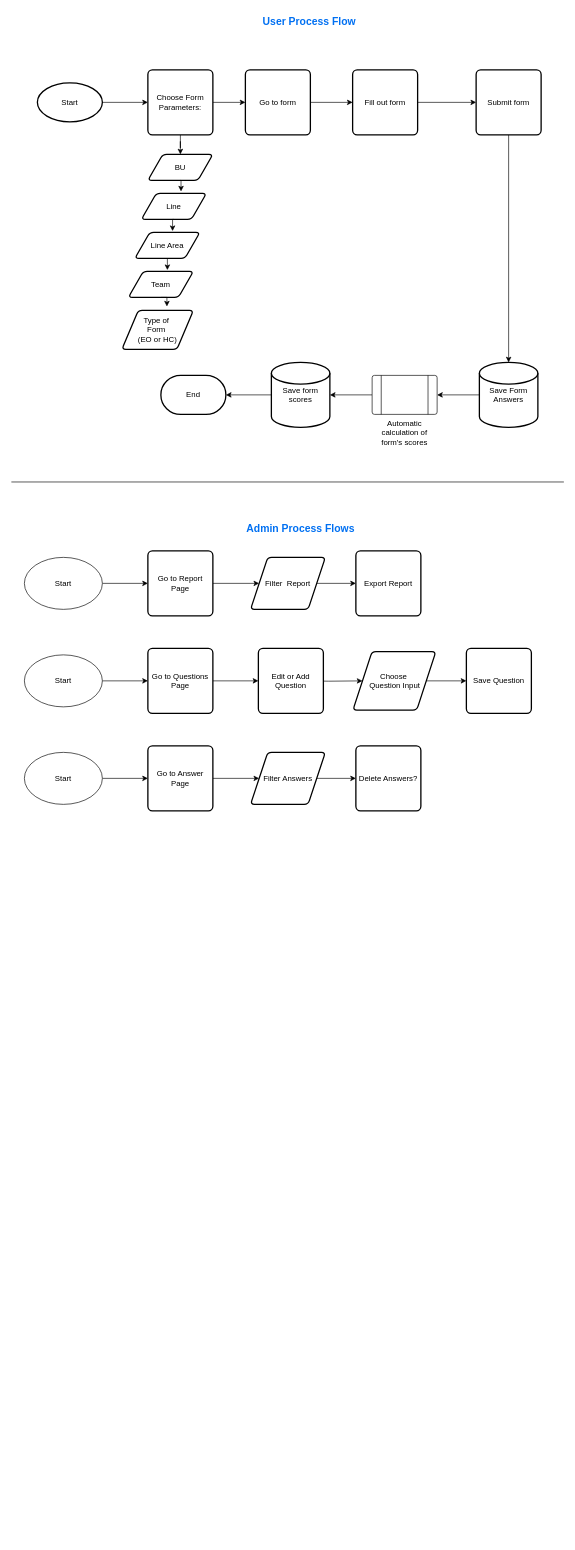
The draw.io diagram EO and HC User Flow Diagram.drawio in josephkligel/diagrams, before the edit. Source tidied: cells renumbered, new cells numbered last; positions are measured from the earlier drawing's top-left corner, leaving out a move shared by most shapes. Both pictures are drawn from the tidied source at 65%, with x=0, y=0 at pixel (11, 11).
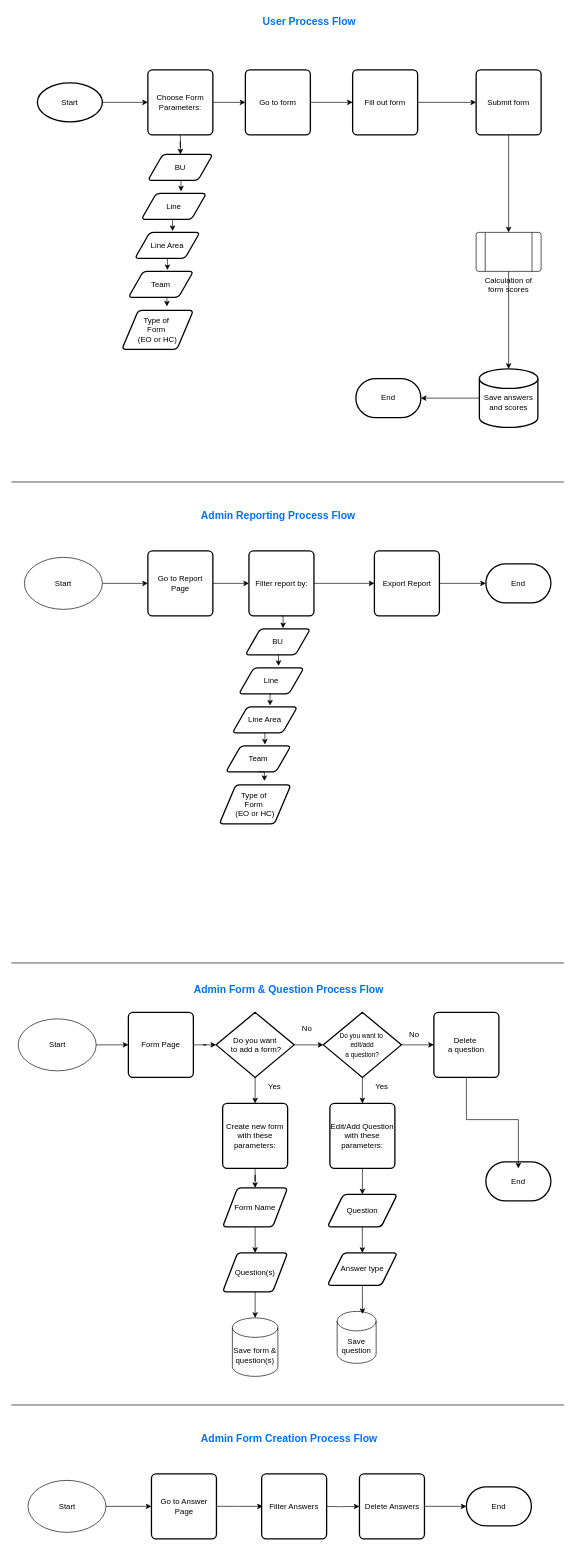
The same page after the edit.

The change refers to these unchanged cells:
```xml
<mxCell id="12" value="Submit form" style="rounded=1;whiteSpace=wrap;html=1;absoluteArcSize=1;arcSize=14;strokeWidth=2;" parent="1" vertex="1">
  <mxGeometry x="715" y="90" width="100" height="100" as="geometry" />
</mxCell>
<mxCell id="35" value="Go to Report Page" style="rounded=1;whiteSpace=wrap;html=1;absoluteArcSize=1;arcSize=14;strokeWidth=2;" parent="1" vertex="1">
  <mxGeometry x="210" y="830" width="100" height="100" as="geometry" />
</mxCell>
```

The edit, as a diff of the source:
```diff
@@
-    <mxCell id="11" style="edgeStyle=orthogonalEdgeStyle;rounded=0;jettySize=auto;html=1;" parent="1" edge="1" source="12" target="14">
-      <mxGeometry relative="1" as="geometry" />
-    </mxCell>
+    <mxCell id="55" style="edgeStyle=orthogonalEdgeStyle;rounded=0;jettySize=auto;html=1;" parent="1" edge="1" source="12" target="17">
+      <mxGeometry relative="1" as="geometry" />
+    </mxCell>
@@
-    <mxCell id="13" style="edgeStyle=orthogonalEdgeStyle;rounded=0;jettySize=auto;html=1;" parent="1" edge="1" source="14" target="17">
-      <mxGeometry relative="1" as="geometry" />
-    </mxCell>
-    <mxCell id="14" value="Save Form Answers" style="strokeWidth=2;html=1;shape=mxgraph.flowchart.database;whiteSpace=wrap;" parent="1" vertex="1">
-      <mxGeometry x="720" y="540" width="90" height="100" as="geometry" />
+    <mxCell id="14" value="&lt;br&gt;&lt;div&gt;Save answers and scores&lt;/div&gt;" style="strokeWidth=2;html=1;shape=mxgraph.flowchart.database;whiteSpace=wrap;" parent="1" vertex="1">
+      <mxGeometry x="720" y="550" width="90" height="90" as="geometry" />
     </mxCell>
     <mxCell id="15" value="End" style="strokeWidth=2;html=1;shape=mxgraph.flowchart.terminator;whiteSpace=wrap;" parent="1" vertex="1">
-      <mxGeometry x="230" y="560" width="100" height="60" as="geometry" />
+      <mxGeometry x="530" y="565" width="100" height="60" as="geometry" />
     </mxCell>
-    <mxCell id="16" style="edgeStyle=orthogonalEdgeStyle;rounded=0;jettySize=auto;html=1;" parent="1" edge="1" source="17" target="28">
-      <mxGeometry relative="1" as="geometry" />
-    </mxCell>
-    <mxCell id="17" value="Automatic calculation of form's scores" style="verticalLabelPosition=bottom;verticalAlign=top;html=1;shape=process;whiteSpace=wrap;rounded=1;size=0.14;arcSize=6;" parent="1" vertex="1">
-      <mxGeometry x="555" y="560" width="100" height="60" as="geometry" />
+    <mxCell id="17" value="Calculation of form scores" style="verticalLabelPosition=bottom;verticalAlign=top;html=1;shape=process;whiteSpace=wrap;rounded=1;size=0.14;arcSize=6;" parent="1" vertex="1">
+      <mxGeometry x="715" y="340" width="100" height="60" as="geometry" />
     </mxCell>
@@
-    <mxCell id="27" style="edgeStyle=orthogonalEdgeStyle;rounded=0;jettySize=auto;html=1;" parent="1" edge="1" source="28" target="15">
-      <mxGeometry relative="1" as="geometry" />
-    </mxCell>
-    <mxCell id="28" value="Save form scores" style="strokeWidth=2;html=1;shape=mxgraph.flowchart.database;whiteSpace=wrap;" parent="1" vertex="1">
-      <mxGeometry x="400" y="540" width="90" height="100" as="geometry" />
-    </mxCell>
@@
-    <mxCell id="31" value="Admin Process Flows" style="text;html=1;align=left;verticalAlign=middle;strokeColor=none;fillColor=none;fontSize=16;fontColor=#0070F2;fontFamily=Helvetica;fontStyle=1;" parent="1" vertex="1">
-      <mxGeometry x="360" y="780" width="180" height="30" as="geometry" />
+    <mxCell id="31" value="Admin Reporting Process Flow" style="text;html=1;align=left;verticalAlign=middle;strokeColor=none;fillColor=none;fontSize=16;fontColor=#0070F2;fontFamily=Helvetica;fontStyle=1;" parent="1" vertex="1">
+      <mxGeometry x="290" y="760" width="240" height="30" as="geometry" />
     </mxCell>
@@
-    <mxCell id="34" style="edgeStyle=orthogonalEdgeStyle;rounded=0;jettySize=auto;html=1;" parent="1" edge="1" source="35" target="37">
-      <mxGeometry relative="1" as="geometry" />
-    </mxCell>
+    <mxCell id="56" style="edgeStyle=orthogonalEdgeStyle;rounded=0;jettySize=auto;html=1;entryX=0;entryY=0.5;entryDx=0;entryDy=0;" parent="1" edge="1" source="35" target="65">
+      <mxGeometry relative="1" as="geometry" />
+    </mxCell>
@@
-    <mxCell id="36" style="edgeStyle=orthogonalEdgeStyle;rounded=0;jettySize=auto;html=1;" parent="1" edge="1" source="37" target="38">
-      <mxGeometry relative="1" as="geometry" />
-    </mxCell>
-    <mxCell id="37" value="Filter&amp;nbsp; Report" style="shape=parallelogram;html=1;strokeWidth=2;perimeter=parallelogramPerimeter;whiteSpace=wrap;rounded=1;arcSize=12;size=0.23;" parent="1" vertex="1">
-      <mxGeometry x="368" y="840" width="115" height="80" as="geometry" />
-    </mxCell>
+    <mxCell id="57" style="edgeStyle=orthogonalEdgeStyle;rounded=0;jettySize=auto;html=1;" parent="1" edge="1" source="38" target="103">
+      <mxGeometry relative="1" as="geometry" />
+    </mxCell>
     <mxCell id="38" value="Export Report" style="rounded=1;whiteSpace=wrap;html=1;absoluteArcSize=1;arcSize=14;strokeWidth=2;" parent="1" vertex="1">
-      <mxGeometry x="530" y="830" width="100" height="100" as="geometry" />
+      <mxGeometry x="558.5" y="830" width="100" height="100" as="geometry" />
     </mxCell>
-    <mxCell id="39" style="edgeStyle=orthogonalEdgeStyle;rounded=0;jettySize=auto;html=1;" parent="1" edge="1" source="40" target="54">
-      <mxGeometry relative="1" as="geometry" />
-    </mxCell>
+    <mxCell id="58" style="edgeStyle=orthogonalEdgeStyle;rounded=0;jettySize=auto;html=1;" parent="1" edge="1" source="40" target="94">
+      <mxGeometry relative="1" as="geometry" />
+    </mxCell>
     <mxCell id="40" value="Start" style="ellipse;whiteSpace=wrap;html=1;" parent="1" vertex="1">
-      <mxGeometry x="20" y="990" width="120" height="80" as="geometry" />
+      <mxGeometry x="10.5" y="1550" width="120" height="80" as="geometry" />
     </mxCell>
-    <mxCell id="41" style="edgeStyle=orthogonalEdgeStyle;rounded=0;jettySize=auto;html=1;" parent="1" edge="1" target="44">
-      <mxGeometry relative="1" as="geometry">
-        <mxPoint x="450" y="1030" as="sourcePoint" />
-      </mxGeometry>
-    </mxCell>
+    <mxCell id="59" style="edgeStyle=orthogonalEdgeStyle;rounded=0;jettySize=auto;html=1;" parent="1" edge="1" source="42" target="44">
+      <mxGeometry relative="1" as="geometry" />
+    </mxCell>
-    <mxCell id="42" value="Edit or Add Question" style="rounded=1;whiteSpace=wrap;html=1;absoluteArcSize=1;arcSize=14;strokeWidth=2;" parent="1" vertex="1">
-      <mxGeometry x="380" y="980" width="100" height="100" as="geometry" />
+    <mxCell id="42" value="Edit/Add Question with these parameters:" style="rounded=1;whiteSpace=wrap;html=1;absoluteArcSize=1;arcSize=14;strokeWidth=2;" parent="1" vertex="1">
+      <mxGeometry x="490" y="1680" width="100" height="100" as="geometry" />
     </mxCell>
-    <mxCell id="43" style="edgeStyle=orthogonalEdgeStyle;rounded=0;jettySize=auto;html=1;" parent="1" edge="1" source="44" target="45">
-      <mxGeometry relative="1" as="geometry" />
-    </mxCell>
+    <mxCell id="60" style="edgeStyle=orthogonalEdgeStyle;rounded=0;jettySize=auto;html=1;" parent="1" edge="1" source="44" target="86">
+      <mxGeometry relative="1" as="geometry" />
+    </mxCell>
-    <mxCell id="44" value="Choose&amp;nbsp;&lt;div&gt;Question Input&lt;/div&gt;" style="shape=parallelogram;html=1;strokeWidth=2;perimeter=parallelogramPerimeter;whiteSpace=wrap;rounded=1;arcSize=12;size=0.23;" parent="1" vertex="1">
-      <mxGeometry x="525.5" y="985" width="127.5" height="90" as="geometry" />
+    <mxCell id="44" value="Question" style="shape=parallelogram;html=1;strokeWidth=2;perimeter=parallelogramPerimeter;whiteSpace=wrap;rounded=1;arcSize=12;size=0.23;" parent="1" vertex="1">
+      <mxGeometry x="486.2" y="1820" width="107.5" height="50" as="geometry" />
     </mxCell>
-    <mxCell id="45" value="Save Question" style="rounded=1;whiteSpace=wrap;html=1;absoluteArcSize=1;arcSize=14;strokeWidth=2;" parent="1" vertex="1">
-      <mxGeometry x="700" y="980" width="100" height="100" as="geometry" />
-    </mxCell>
@@
     <mxCell id="47" value="Start" style="ellipse;whiteSpace=wrap;html=1;" parent="1" vertex="1">
-      <mxGeometry x="20" y="1140" width="120" height="80" as="geometry" />
+      <mxGeometry x="25.5" y="2260" width="120" height="80" as="geometry" />
     </mxCell>
-    <mxCell id="48" style="edgeStyle=orthogonalEdgeStyle;rounded=0;jettySize=auto;html=1;" parent="1" edge="1" source="49" target="51">
-      <mxGeometry relative="1" as="geometry" />
+    <mxCell id="48" style="edgeStyle=orthogonalEdgeStyle;rounded=0;jettySize=auto;html=1;" parent="1" edge="1" source="49">
+      <mxGeometry relative="1" as="geometry">
+        <mxPoint x="386.7" y="2300" as="targetPoint" />
+      </mxGeometry>
     </mxCell>
     <mxCell id="49" value="Go to Answer Page" style="rounded=1;whiteSpace=wrap;html=1;absoluteArcSize=1;arcSize=14;strokeWidth=2;" parent="1" vertex="1">
-      <mxGeometry x="210" y="1130" width="100" height="100" as="geometry" />
+      <mxGeometry x="215.5" y="2250" width="100" height="100" as="geometry" />
     </mxCell>
-    <mxCell id="50" style="edgeStyle=orthogonalEdgeStyle;rounded=0;jettySize=auto;html=1;" parent="1" edge="1" source="51" target="52">
-      <mxGeometry relative="1" as="geometry" />
+    <mxCell id="50" style="edgeStyle=orthogonalEdgeStyle;rounded=0;jettySize=auto;html=1;" parent="1" edge="1" target="52">
+      <mxGeometry relative="1" as="geometry">
+        <mxPoint x="475.3" y="2300" as="sourcePoint" />
+      </mxGeometry>
     </mxCell>
+    <mxCell id="61" style="edgeStyle=orthogonalEdgeStyle;rounded=0;jettySize=auto;html=1;" parent="1" edge="1" source="52" target="106">
+      <mxGeometry relative="1" as="geometry" />
+    </mxCell>
+    <mxCell id="52" value="Delete Answers" style="rounded=1;whiteSpace=wrap;html=1;absoluteArcSize=1;arcSize=14;strokeWidth=2;" parent="1" vertex="1">
+      <mxGeometry x="535.5" y="2250" width="100" height="100" as="geometry" />
+    </mxCell>
+    <mxCell id="62" style="edgeStyle=orthogonalEdgeStyle;rounded=0;jettySize=auto;html=1;entryX=0.5;entryY=0;entryDx=0;entryDy=0;entryPerimeter=0;" parent="1" edge="1" source="17" target="14">
+      <mxGeometry relative="1" as="geometry" />
+    </mxCell>
+    <mxCell id="63" style="edgeStyle=orthogonalEdgeStyle;rounded=0;jettySize=auto;html=1;entryX=1;entryY=0.5;entryDx=0;entryDy=0;entryPerimeter=0;" parent="1" edge="1" source="14" target="15">
+      <mxGeometry relative="1" as="geometry" />
+    </mxCell>
+    <mxCell id="64" style="edgeStyle=orthogonalEdgeStyle;rounded=0;jettySize=auto;html=1;" parent="1" edge="1" source="65" target="38">
+      <mxGeometry relative="1" as="geometry" />
+    </mxCell>
+    <mxCell id="65" value="Filter report by:" style="rounded=1;whiteSpace=wrap;html=1;absoluteArcSize=1;arcSize=14;strokeWidth=2;" parent="1" vertex="1">
+      <mxGeometry x="365.5" y="830" width="100" height="100" as="geometry" />
+    </mxCell>
+    <mxCell id="66" value="BU" style="shape=parallelogram;html=1;strokeWidth=2;perimeter=parallelogramPerimeter;whiteSpace=wrap;rounded=1;arcSize=12;size=0.23;" parent="1" vertex="1">
+      <mxGeometry x="360" y="950" width="100" height="40" as="geometry" />
+    </mxCell>
+    <mxCell id="67" value="Line" style="shape=parallelogram;html=1;strokeWidth=2;perimeter=parallelogramPerimeter;whiteSpace=wrap;rounded=1;arcSize=12;size=0.23;" parent="1" vertex="1">
+      <mxGeometry x="350" y="1010" width="100" height="40" as="geometry" />
+    </mxCell>
+    <mxCell id="68" value="Line Area" style="shape=parallelogram;html=1;strokeWidth=2;perimeter=parallelogramPerimeter;whiteSpace=wrap;rounded=1;arcSize=12;size=0.23;" parent="1" vertex="1">
+      <mxGeometry x="340" y="1070" width="100" height="40" as="geometry" />
+    </mxCell>
+    <mxCell id="69" value="Team" style="shape=parallelogram;html=1;strokeWidth=2;perimeter=parallelogramPerimeter;whiteSpace=wrap;rounded=1;arcSize=12;size=0.23;" parent="1" vertex="1">
+      <mxGeometry x="330" y="1130" width="100" height="40" as="geometry" />
+    </mxCell>
+    <mxCell id="70" style="edgeStyle=orthogonalEdgeStyle;rounded=0;jettySize=auto;html=1;exitX=0.5;exitY=1;exitDx=0;exitDy=0;entryX=0.61;entryY=-0.075;entryDx=0;entryDy=0;entryPerimeter=0;" parent="1" edge="1" source="66" target="67">
+      <mxGeometry relative="1" as="geometry" />
+    </mxCell>
+    <mxCell id="71" style="edgeStyle=orthogonalEdgeStyle;rounded=0;jettySize=auto;html=1;exitX=0.5;exitY=1;exitDx=0;exitDy=0;entryX=0.58;entryY=-0.05;entryDx=0;entryDy=0;entryPerimeter=0;" parent="1" edge="1" source="67" target="68">
+      <mxGeometry relative="1" as="geometry" />
+    </mxCell>
+    <mxCell id="72" style="edgeStyle=orthogonalEdgeStyle;rounded=0;jettySize=auto;html=1;exitX=0.5;exitY=1;exitDx=0;exitDy=0;entryX=0.6;entryY=-0.05;entryDx=0;entryDy=0;entryPerimeter=0;" parent="1" edge="1" source="68" target="69">
+      <mxGeometry relative="1" as="geometry" />
+    </mxCell>
+    <mxCell id="73" value="Type of&amp;nbsp;&lt;div&gt;Form&amp;nbsp;&lt;/div&gt;&lt;div&gt;(EO or HC)&lt;/div&gt;" style="shape=parallelogram;html=1;strokeWidth=2;perimeter=parallelogramPerimeter;whiteSpace=wrap;rounded=1;arcSize=12;size=0.23;" parent="1" vertex="1">
+      <mxGeometry x="320" y="1190" width="110" height="60" as="geometry" />
+    </mxCell>
+    <mxCell id="74" style="edgeStyle=orthogonalEdgeStyle;rounded=0;jettySize=auto;html=1;exitX=0.5;exitY=1;exitDx=0;exitDy=0;entryX=0.63;entryY=-0.1;entryDx=0;entryDy=0;entryPerimeter=0;" parent="1" edge="1" source="69" target="73">
+      <mxGeometry relative="1" as="geometry" />
+    </mxCell>
+    <mxCell id="75" style="edgeStyle=orthogonalEdgeStyle;rounded=0;jettySize=auto;html=1;exitX=0.5;exitY=1;exitDx=0;exitDy=0;entryX=0.58;entryY=-0.025;entryDx=0;entryDy=0;entryPerimeter=0;" parent="1" edge="1" source="65" target="66">
+      <mxGeometry relative="1" as="geometry" />
+    </mxCell>
+    <mxCell id="76" style="line;strokeWidth=1;fillColor=none;align=left;verticalAlign=middle;spacingTop=-1;spacingLeft=3;spacingRight=3;labelPosition=right;strokeColor=inherit;" parent="1" vertex="1">
+      <mxGeometry y="1460" width="850" height="8" as="geometry" />
+    </mxCell>
+    <mxCell id="77" value="Admin Form &amp;amp; Question Process Flow" style="text;html=1;align=left;verticalAlign=middle;strokeColor=none;fillColor=none;fontSize=16;fontColor=#0070F2;fontFamily=Helvetica;fontStyle=1;" parent="1" vertex="1">
+      <mxGeometry x="278.5" y="1490" width="290" height="30" as="geometry" />
+    </mxCell>
+    <mxCell id="78" style="edgeStyle=orthogonalEdgeStyle;rounded=0;jettySize=auto;html=1;" parent="1" edge="1" source="80" target="82">
+      <mxGeometry relative="1" as="geometry" />
+    </mxCell>
+    <mxCell id="79" style="edgeStyle=orthogonalEdgeStyle;rounded=0;jettySize=auto;html=1;" parent="1" edge="1" source="80" target="97">
+      <mxGeometry relative="1" as="geometry" />
+    </mxCell>
+    <mxCell id="80" value="Do you want&lt;div&gt;&amp;nbsp;to add a form?&lt;/div&gt;" style="strokeWidth=2;html=1;shape=mxgraph.flowchart.decision;whiteSpace=wrap;" parent="1" vertex="1">
+      <mxGeometry x="315" y="1540" width="120" height="100" as="geometry" />
+    </mxCell>
+    <mxCell id="81" style="edgeStyle=orthogonalEdgeStyle;rounded=0;jettySize=auto;html=1;entryX=0.5;entryY=0;entryDx=0;entryDy=0;" parent="1" edge="1" source="82" target="84">
+      <mxGeometry relative="1" as="geometry" />
+    </mxCell>
+    <mxCell id="82" value="Create new form with these parameters:" style="rounded=1;whiteSpace=wrap;html=1;absoluteArcSize=1;arcSize=14;strokeWidth=2;" parent="1" vertex="1">
+      <mxGeometry x="325" y="1680" width="100" height="100" as="geometry" />
+    </mxCell>
+    <mxCell id="83" style="edgeStyle=orthogonalEdgeStyle;rounded=0;jettySize=auto;html=1;" parent="1" edge="1" source="84" target="85">
+      <mxGeometry relative="1" as="geometry" />
+    </mxCell>
+    <mxCell id="84" value="Form Name" style="shape=parallelogram;html=1;strokeWidth=2;perimeter=parallelogramPerimeter;whiteSpace=wrap;rounded=1;arcSize=12;size=0.23;" parent="1" vertex="1">
+      <mxGeometry x="325" y="1810" width="100" height="60" as="geometry" />
+    </mxCell>
+    <mxCell id="85" value="Question(s)" style="shape=parallelogram;html=1;strokeWidth=2;perimeter=parallelogramPerimeter;whiteSpace=wrap;rounded=1;arcSize=12;size=0.23;" parent="1" vertex="1">
+      <mxGeometry x="325" y="1910" width="100" height="60" as="geometry" />
+    </mxCell>
+    <mxCell id="86" value="Answer type" style="shape=parallelogram;html=1;strokeWidth=2;perimeter=parallelogramPerimeter;whiteSpace=wrap;rounded=1;arcSize=12;size=0.23;" parent="1" vertex="1">
+      <mxGeometry x="486.2" y="1910" width="107.5" height="50" as="geometry" />
+    </mxCell>
+    <mxCell id="87" value="Save question" style="shape=cylinder3;whiteSpace=wrap;html=1;boundedLbl=1;backgroundOutline=1;size=15;" parent="1" vertex="1">
+      <mxGeometry x="501.2" y="2000" width="60" height="80" as="geometry" />
+    </mxCell>
+    <mxCell id="88" value="Save form &amp;amp; question(s)" style="shape=cylinder3;whiteSpace=wrap;html=1;boundedLbl=1;backgroundOutline=1;size=15;" parent="1" vertex="1">
+      <mxGeometry x="340" y="2010" width="70" height="90" as="geometry" />
+    </mxCell>
+    <mxCell id="89" style="edgeStyle=orthogonalEdgeStyle;rounded=0;jettySize=auto;html=1;entryX=0.5;entryY=0;entryDx=0;entryDy=0;entryPerimeter=0;" parent="1" edge="1" source="85" target="88">
+      <mxGeometry relative="1" as="geometry" />
+    </mxCell>
+    <mxCell id="90" style="edgeStyle=orthogonalEdgeStyle;rounded=0;jettySize=auto;html=1;entryX=0.65;entryY=0.05;entryDx=0;entryDy=0;entryPerimeter=0;" parent="1" edge="1" source="86" target="87">
+      <mxGeometry relative="1" as="geometry" />
+    </mxCell>
+    <mxCell id="91" style="line;strokeWidth=1;fillColor=none;align=left;verticalAlign=middle;spacingTop=-1;spacingLeft=3;spacingRight=3;labelPosition=right;strokeColor=inherit;" parent="1" vertex="1">
+      <mxGeometry y="2140" width="850" height="8" as="geometry" />
+    </mxCell>
+    <mxCell id="92" value="Admin Form Creation Process Flow" style="text;html=1;align=left;verticalAlign=middle;strokeColor=none;fillColor=none;fontSize=16;fontColor=#0070F2;fontFamily=Helvetica;fontStyle=1;" parent="1" vertex="1">
+      <mxGeometry x="290" y="2180" width="280" height="30" as="geometry" />
+    </mxCell>
+    <mxCell id="93" style="edgeStyle=orthogonalEdgeStyle;rounded=0;jettySize=auto;html=1;" parent="1" edge="1" source="94" target="80">
+      <mxGeometry relative="1" as="geometry" />
+    </mxCell>
+    <mxCell id="94" value="Form Page" style="rounded=1;whiteSpace=wrap;html=1;absoluteArcSize=1;arcSize=14;strokeWidth=2;" parent="1" vertex="1">
+      <mxGeometry x="180" y="1540" width="100" height="100" as="geometry" />
+    </mxCell>
+    <mxCell id="95" style="edgeStyle=orthogonalEdgeStyle;rounded=0;jettySize=auto;html=1;" parent="1" edge="1" source="97" target="42">
+      <mxGeometry relative="1" as="geometry" />
+    </mxCell>
+    <mxCell id="96" style="edgeStyle=orthogonalEdgeStyle;rounded=0;jettySize=auto;html=1;" parent="1" edge="1" source="97">
+      <mxGeometry relative="1" as="geometry">
+        <mxPoint x="650" y="1590" as="targetPoint" />
+      </mxGeometry>
+    </mxCell>
+    <mxCell id="97" value="&lt;div&gt;&lt;font style=&quot;font-size: 10px;&quot;&gt;Do you want to&amp;nbsp;&lt;/font&gt;&lt;div&gt;&lt;font style=&quot;font-size: 10px;&quot;&gt;edit/add&lt;/font&gt;&lt;/div&gt;&lt;div&gt;&lt;font style=&quot;font-size: 10px;&quot;&gt;a question?&lt;/font&gt;&lt;/div&gt;&lt;/div&gt;" style="strokeWidth=2;html=1;shape=mxgraph.flowchart.decision;whiteSpace=wrap;" parent="1" vertex="1">
+      <mxGeometry x="480" y="1540" width="120" height="100" as="geometry" />
+    </mxCell>
+    <mxCell id="98" value="Yes" style="text;html=1;whiteSpace=wrap;strokeColor=none;fillColor=none;align=center;verticalAlign=middle;rounded=0;" parent="1" vertex="1">
+      <mxGeometry x="375" y="1640" width="60" height="30" as="geometry" />
+    </mxCell>
+    <mxCell id="99" value="No" style="text;html=1;whiteSpace=wrap;strokeColor=none;fillColor=none;align=center;verticalAlign=middle;rounded=0;" parent="1" vertex="1">
+      <mxGeometry x="425" y="1550" width="60" height="30" as="geometry" />
+    </mxCell>
+    <mxCell id="100" value="Yes" style="text;html=1;whiteSpace=wrap;strokeColor=none;fillColor=none;align=center;verticalAlign=middle;rounded=0;" parent="1" vertex="1">
+      <mxGeometry x="540" y="1640" width="60" height="30" as="geometry" />
+    </mxCell>
+    <mxCell id="101" value="Delete&amp;nbsp;&lt;div&gt;a question&lt;/div&gt;" style="rounded=1;whiteSpace=wrap;html=1;absoluteArcSize=1;arcSize=14;strokeWidth=2;" parent="1" vertex="1">
+      <mxGeometry x="650" y="1540" width="100" height="100" as="geometry" />
+    </mxCell>
+    <mxCell id="102" value="No" style="text;html=1;whiteSpace=wrap;strokeColor=none;fillColor=none;align=center;verticalAlign=middle;rounded=0;" parent="1" vertex="1">
+      <mxGeometry x="590" y="1560" width="60" height="30" as="geometry" />
+    </mxCell>
+    <mxCell id="103" value="End" style="strokeWidth=2;html=1;shape=mxgraph.flowchart.terminator;whiteSpace=wrap;" parent="1" vertex="1">
+      <mxGeometry x="730" y="850" width="100" height="60" as="geometry" />
+    </mxCell>
+    <mxCell id="104" value="End" style="strokeWidth=2;html=1;shape=mxgraph.flowchart.terminator;whiteSpace=wrap;" parent="1" vertex="1">
+      <mxGeometry x="730" y="1770" width="100" height="60" as="geometry" />
+    </mxCell>
+    <mxCell id="105" style="edgeStyle=orthogonalEdgeStyle;rounded=0;jettySize=auto;html=1;entryX=0.5;entryY=0.167;entryDx=0;entryDy=0;entryPerimeter=0;" parent="1" edge="1" source="101" target="104">
+      <mxGeometry relative="1" as="geometry" />
+    </mxCell>
+    <mxCell id="106" value="End" style="strokeWidth=2;html=1;shape=mxgraph.flowchart.terminator;whiteSpace=wrap;" parent="1" vertex="1">
+      <mxGeometry x="700" y="2270" width="100" height="60" as="geometry" />
+    </mxCell>
-    <mxCell id="51" value="Filter Answers" style="shape=parallelogram;html=1;strokeWidth=2;perimeter=parallelogramPerimeter;whiteSpace=wrap;rounded=1;arcSize=12;size=0.23;" parent="1" vertex="1">
-      <mxGeometry x="368" y="1140" width="115" height="80" as="geometry" />
+    <mxCell id="51" value="Filter Answers" style="rounded=1;whiteSpace=wrap;html=1;absoluteArcSize=1;arcSize=14;strokeWidth=2;" parent="1" vertex="1">
+      <mxGeometry x="385" y="2250" width="100" height="100" as="geometry" />
     </mxCell>
-    <mxCell id="52" value="Delete Answers?" style="rounded=1;whiteSpace=wrap;html=1;absoluteArcSize=1;arcSize=14;strokeWidth=2;" parent="1" vertex="1">
-      <mxGeometry x="530" y="1130" width="100" height="100" as="geometry" />
-    </mxCell>
-    <mxCell id="53" style="edgeStyle=orthogonalEdgeStyle;rounded=0;jettySize=auto;html=1;" parent="1" edge="1" source="54" target="42">
-      <mxGeometry relative="1" as="geometry" />
-    </mxCell>
-    <mxCell id="54" value="Go to Questions Page" style="rounded=1;whiteSpace=wrap;html=1;absoluteArcSize=1;arcSize=14;strokeWidth=2;" parent="1" vertex="1">
-      <mxGeometry x="210" y="980" width="100" height="100" as="geometry" />
-    </mxCell>
```
